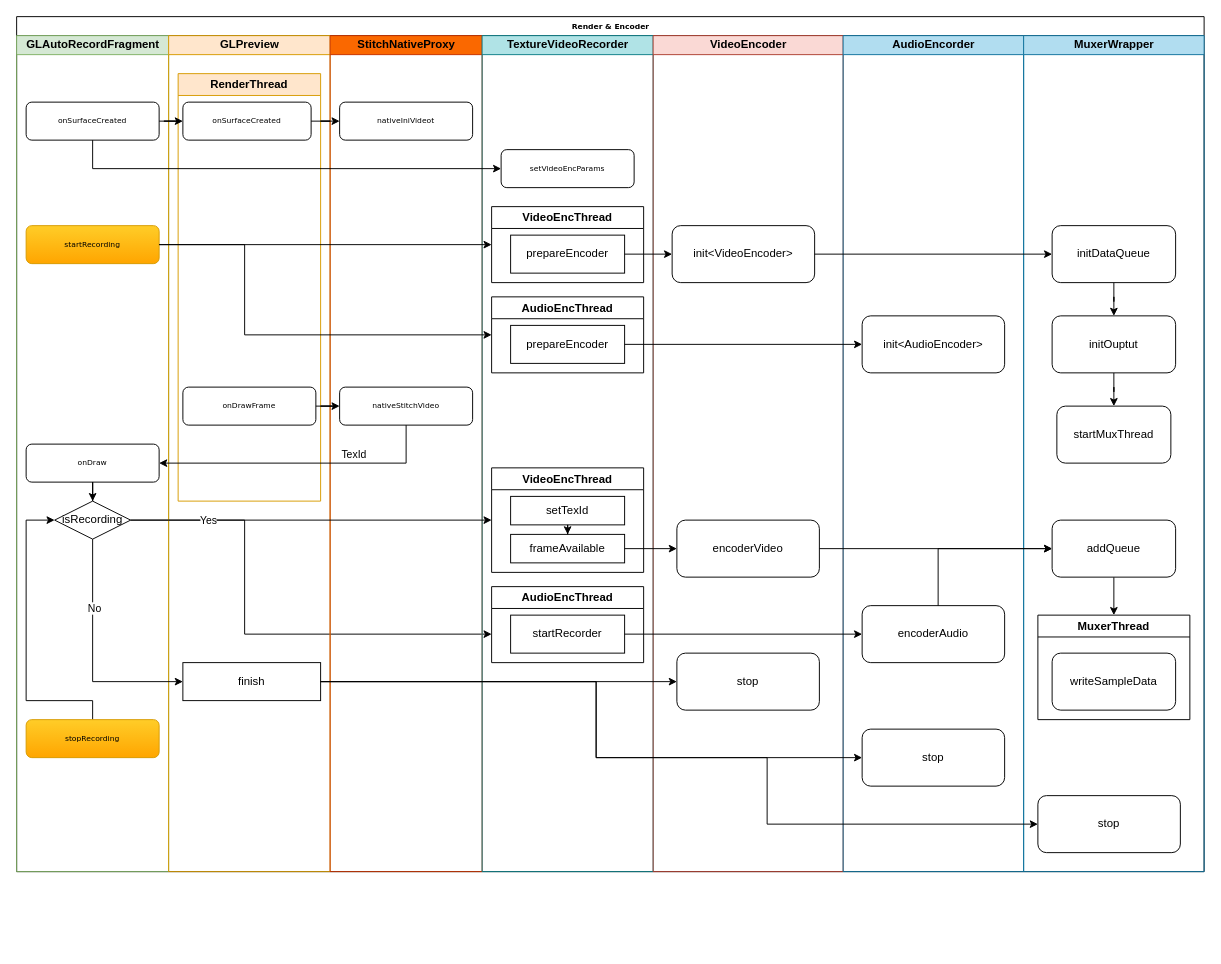
This is RenderFlow.drawio from z360394624/design, a draw.io file, before an edit. Source tidied: cells renumbered, new cells numbered last; positions are measured from the earlier drawing's top-left corner, leaving out a move shared by most shapes. Both pictures are drawn from the tidied source at 95%, with x=0, y=0 at pixel (16, 16).
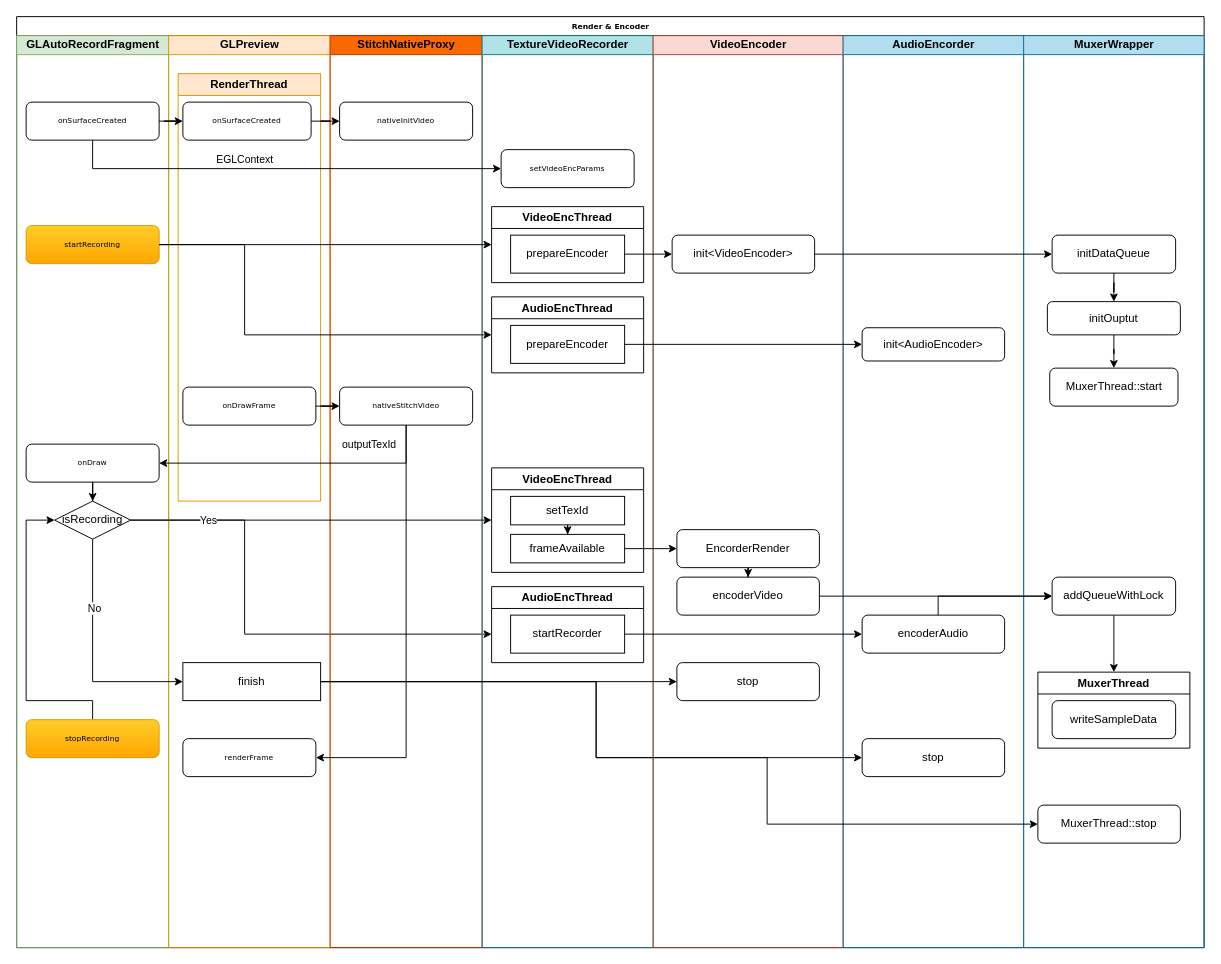
Above is the later version.

Unchanged cells that the change refers to:
```xml
<mxCell id="19" value="nativeStitchVideo" style="rounded=1;whiteSpace=wrap;html=1;shadow=0;labelBackgroundColor=none;strokeWidth=1;fontFamily=Verdana;fontSize=8;align=center;" parent="17" vertex="1">
  <mxGeometry x="10" y="370" width="140" height="40" as="geometry" />
</mxCell>
<mxCell id="37" style="edgeStyle=orthogonalEdgeStyle;rounded=0;jettySize=auto;html=1;entryX=0;entryY=0.5;entryDx=0;entryDy=0;" parent="2" edge="1" source="4" target="21">
  <mxGeometry relative="1" as="geometry">
    <Array as="points">
      <mxPoint x="80" y="160" />
    </Array>
  </mxGeometry>
</mxCell>
<mxCell id="66" style="edgeStyle=orthogonalEdgeStyle;rounded=0;jettySize=auto;html=1;entryX=1;entryY=0.5;entryDx=0;entryDy=0;" parent="2" edge="1" source="19" target="6">
  <mxGeometry relative="1" as="geometry">
    <Array as="points">
      <mxPoint x="410" y="470" />
    </Array>
  </mxGeometry>
</mxCell>
```

What changed in the source:
```diff
@@
     <mxCell id="2" value="Render &amp;amp; Encoder" style="swimlane;html=1;startSize=20;rounded=0;shadow=0;labelBackgroundColor=none;strokeWidth=1;fontFamily=Verdana;fontSize=8;align=center;" parent="1" vertex="1">
-      <mxGeometry width="1250" height="900" as="geometry" />
+      <mxGeometry width="1250" height="980" as="geometry" />
     </mxCell>
     <mxCell id="3" value="GLAutoRecordFragment" style="swimlane;html=1;startSize=20;fillColor=#d5e8d4;strokeColor=#82b366;" parent="2" vertex="1">
-      <mxGeometry y="20" width="160" height="880" as="geometry" />
+      <mxGeometry y="20" width="160" height="960" as="geometry" />
     </mxCell>
@@
     <mxCell id="12" value="GLPreview" style="swimlane;html=1;startSize=20;fillColor=#ffe6cc;strokeColor=#d79b00;" parent="2" vertex="1">
-      <mxGeometry x="160" y="20" width="170" height="880" as="geometry" />
+      <mxGeometry x="160" y="20" width="170" height="960" as="geometry" />
     </mxCell>
@@
+    <mxCell id="73" value="renderFrame" style="rounded=1;whiteSpace=wrap;html=1;shadow=0;labelBackgroundColor=none;strokeWidth=1;fontFamily=Verdana;fontSize=8;align=center;" parent="12" vertex="1">
+      <mxGeometry x="15" y="740" width="140" height="40" as="geometry" />
+    </mxCell>
     <mxCell id="17" value="StitchNativeProxy" style="swimlane;html=1;startSize=20;fillColor=#fa6800;strokeColor=#C73500;fontColor=#000000;" parent="2" vertex="1">
-      <mxGeometry x="330" y="20" width="160" height="880" as="geometry" />
+      <mxGeometry x="330" y="20" width="160" height="960" as="geometry" />
     </mxCell>
-    <mxCell id="18" value="nativeIniVideot" style="rounded=1;whiteSpace=wrap;html=1;shadow=0;labelBackgroundColor=none;strokeWidth=1;fontFamily=Verdana;fontSize=8;align=center;" parent="17" vertex="1">
+    <mxCell id="18" value="nativeInitVideo" style="rounded=1;whiteSpace=wrap;html=1;shadow=0;labelBackgroundColor=none;strokeWidth=1;fontFamily=Verdana;fontSize=8;align=center;" parent="17" vertex="1">
       <mxGeometry x="10" y="70" width="140" height="40" as="geometry" />
     </mxCell>
@@
     <mxCell id="20" value="TextureVideoRecorder" style="swimlane;html=1;startSize=20;fillColor=#b0e3e6;strokeColor=#0e8088;" parent="2" vertex="1">
-      <mxGeometry x="490" y="20" width="180" height="880" as="geometry" />
+      <mxGeometry x="490" y="20" width="180" height="960" as="geometry" />
     </mxCell>
@@
     <mxCell id="32" value="VideoEncoder" style="swimlane;html=1;startSize=20;fillColor=#fad9d5;strokeColor=#ae4132;" parent="2" vertex="1">
-      <mxGeometry x="670" y="20" width="200" height="880" as="geometry" />
+      <mxGeometry x="670" y="20" width="200" height="960" as="geometry" />
     </mxCell>
     <mxCell id="33" value="init&amp;lt;VideoEncoder&amp;gt;" style="rounded=1;whiteSpace=wrap;html=1;" parent="32" vertex="1">
-      <mxGeometry x="20" y="200" width="150" height="60" as="geometry" />
+      <mxGeometry x="20" y="210" width="150" height="40" as="geometry" />
     </mxCell>
+    <mxCell id="74" style="edgeStyle=orthogonalEdgeStyle;rounded=0;jettySize=auto;html=1;entryX=0.5;entryY=0;entryDx=0;entryDy=0;" parent="32" edge="1" source="34" target="75">
+      <mxGeometry relative="1" as="geometry" />
+    </mxCell>
-    <mxCell id="34" value="encoderVideo" style="rounded=1;whiteSpace=wrap;html=1;" parent="32" vertex="1">
-      <mxGeometry x="25" y="510" width="150" height="60" as="geometry" />
+    <mxCell id="34" value="EncorderRender" style="rounded=1;whiteSpace=wrap;html=1;" parent="32" vertex="1">
+      <mxGeometry x="25" y="520" width="150" height="40" as="geometry" />
     </mxCell>
     <mxCell id="35" value="stop" style="rounded=1;whiteSpace=wrap;html=1;" parent="32" vertex="1">
-      <mxGeometry x="25" y="650" width="150" height="60" as="geometry" />
+      <mxGeometry x="25" y="660" width="150" height="40" as="geometry" />
     </mxCell>
+    <mxCell id="75" value="encoderVideo" style="rounded=1;whiteSpace=wrap;html=1;" parent="32" vertex="1">
+      <mxGeometry x="25" y="570" width="150" height="40" as="geometry" />
+    </mxCell>
@@
+    <mxCell id="76" value="EGLContext" style="edgeLabel;html=1;align=center;verticalAlign=middle;" parent="37" vertex="1">
+      <mxGeometry x="-0.18" y="-2" relative="1" as="geometry">
+        <mxPoint y="-12" as="offset" />
+      </mxGeometry>
+    </mxCell>
@@
     <mxCell id="40" value="AudioEncorder" style="swimlane;html=1;startSize=20;fillColor=#b1ddf0;strokeColor=#10739e;" parent="2" vertex="1">
-      <mxGeometry x="870" y="20" width="190" height="880" as="geometry" />
+      <mxGeometry x="870" y="20" width="190" height="960" as="geometry" />
     </mxCell>
     <mxCell id="41" value="init&amp;lt;AudioEncoder&amp;gt;" style="rounded=1;whiteSpace=wrap;html=1;" parent="40" vertex="1">
-      <mxGeometry x="20" y="295" width="150" height="60" as="geometry" />
+      <mxGeometry x="20" y="307.5" width="150" height="35" as="geometry" />
     </mxCell>
     <mxCell id="42" value="encoderAudio" style="rounded=1;whiteSpace=wrap;html=1;" parent="40" vertex="1">
-      <mxGeometry x="20" y="600" width="150" height="60" as="geometry" />
+      <mxGeometry x="20" y="610" width="150" height="40" as="geometry" />
     </mxCell>
     <mxCell id="43" value="stop" style="rounded=1;whiteSpace=wrap;html=1;" parent="40" vertex="1">
-      <mxGeometry x="20" y="730" width="150" height="60" as="geometry" />
+      <mxGeometry x="20" y="740" width="150" height="40" as="geometry" />
     </mxCell>
     <mxCell id="44" value="MuxerWrapper" style="swimlane;html=1;startSize=20;fillColor=#b1ddf0;strokeColor=#10739e;" parent="2" vertex="1">
-      <mxGeometry x="1060" y="20" width="190" height="880" as="geometry" />
+      <mxGeometry x="1060" y="20" width="190" height="960" as="geometry" />
     </mxCell>
@@
     <mxCell id="46" value="initDataQueue" style="rounded=1;whiteSpace=wrap;html=1;" parent="44" vertex="1">
-      <mxGeometry x="30" y="200" width="130" height="60" as="geometry" />
+      <mxGeometry x="30" y="210" width="130" height="40" as="geometry" />
     </mxCell>
@@
-    <mxCell id="48" value="addQueue" style="rounded=1;whiteSpace=wrap;html=1;" parent="44" vertex="1">
-      <mxGeometry x="30" y="510" width="130" height="60" as="geometry" />
+    <mxCell id="48" value="addQueueWithLock" style="rounded=1;whiteSpace=wrap;html=1;" parent="44" vertex="1">
+      <mxGeometry x="30" y="570" width="130" height="40" as="geometry" />
     </mxCell>
@@
     <mxCell id="50" value="initOuptut" style="rounded=1;whiteSpace=wrap;html=1;" parent="44" vertex="1">
-      <mxGeometry x="30" y="295" width="130" height="60" as="geometry" />
+      <mxGeometry x="25" y="280" width="140" height="35" as="geometry" />
     </mxCell>
     <mxCell id="51" value="MuxerThread" style="swimlane;whiteSpace=wrap;html=1;" parent="44" vertex="1">
-      <mxGeometry x="15" y="610" width="160" height="110" as="geometry" />
+      <mxGeometry x="15" y="670" width="160" height="80" as="geometry" />
     </mxCell>
     <mxCell id="52" value="writeSampleData" style="rounded=1;whiteSpace=wrap;html=1;" parent="51" vertex="1">
-      <mxGeometry x="15" y="40" width="130" height="60" as="geometry" />
+      <mxGeometry x="15" y="30" width="130" height="40" as="geometry" />
     </mxCell>
-    <mxCell id="53" value="startMuxThread" style="whiteSpace=wrap;html=1;rounded=1;" parent="44" vertex="1">
-      <mxGeometry x="35" y="390" width="120" height="60" as="geometry" />
+    <mxCell id="53" value="MuxerThread::start" style="whiteSpace=wrap;html=1;rounded=1;" parent="44" vertex="1">
+      <mxGeometry x="27.5" y="350" width="135" height="40" as="geometry" />
     </mxCell>
-    <mxCell id="54" value="stop" style="rounded=1;whiteSpace=wrap;html=1;" parent="44" vertex="1">
-      <mxGeometry x="15" y="800" width="150" height="60" as="geometry" />
+    <mxCell id="54" value="MuxerThread::stop" style="rounded=1;whiteSpace=wrap;html=1;" parent="44" vertex="1">
+      <mxGeometry x="15" y="810" width="150" height="40" as="geometry" />
     </mxCell>
@@
-    <mxCell id="64" style="edgeStyle=orthogonalEdgeStyle;rounded=0;jettySize=auto;html=1;" parent="2" edge="1" source="34" target="48">
-      <mxGeometry relative="1" as="geometry" />
-    </mxCell>
-    <mxCell id="65" style="edgeStyle=orthogonalEdgeStyle;rounded=0;jettySize=auto;html=1;entryX=0;entryY=0.5;entryDx=0;entryDy=0;" parent="2" edge="1" source="42" target="48">
-      <mxGeometry relative="1" as="geometry">
-        <Array as="points">
-          <mxPoint x="970" y="560" />
-        </Array>
-      </mxGeometry>
-    </mxCell>
@@
-    <mxCell id="67" value="TexId" style="edgeLabel;html=1;align=center;verticalAlign=middle;" parent="66" vertex="1">
+    <mxCell id="67" value="outputTexId" style="edgeLabel;html=1;align=center;verticalAlign=middle;" parent="66" vertex="1">
       <mxGeometry x="-0.36" y="1" relative="1" as="geometry">
-        <mxPoint y="-11" as="offset" />
+        <mxPoint x="16" y="-21" as="offset" />
       </mxGeometry>
     </mxCell>
@@
+    <mxCell id="77" style="edgeStyle=orthogonalEdgeStyle;rounded=0;jettySize=auto;html=1;entryX=1;entryY=0.5;entryDx=0;entryDy=0;" parent="2" edge="1" source="19" target="73">
+      <mxGeometry relative="1" as="geometry">
+        <Array as="points">
+          <mxPoint x="410" y="780" />
+        </Array>
+      </mxGeometry>
+    </mxCell>
+    <mxCell id="78" style="edgeStyle=orthogonalEdgeStyle;rounded=0;jettySize=auto;html=1;entryX=0;entryY=0.5;entryDx=0;entryDy=0;" parent="2" edge="1" source="75" target="48">
+      <mxGeometry relative="1" as="geometry" />
+    </mxCell>
+    <mxCell id="65" style="edgeStyle=orthogonalEdgeStyle;rounded=0;jettySize=auto;html=1;entryX=0;entryY=0.5;entryDx=0;entryDy=0;" parent="2" edge="1" source="42" target="48">
+      <mxGeometry relative="1" as="geometry">
+        <Array as="points">
+          <mxPoint x="970" y="610" />
+        </Array>
+      </mxGeometry>
+    </mxCell>
```
